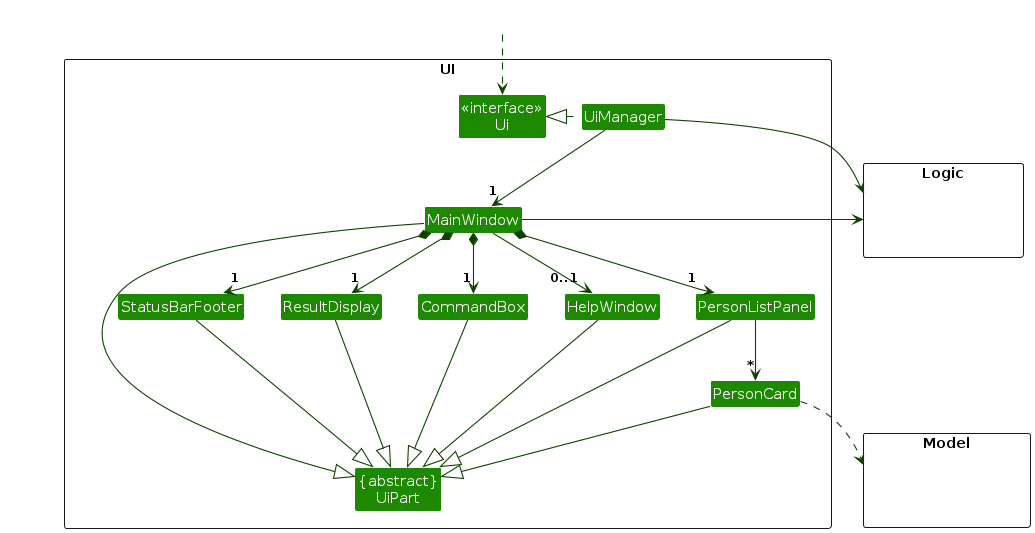
Above: diagrams/UiClassDiagram.png in AY2627S1-CS2103T-T11-4/tp (PlantUML), before the change. Its source is kept beside it as diagrams/UiClassDiagram.puml.
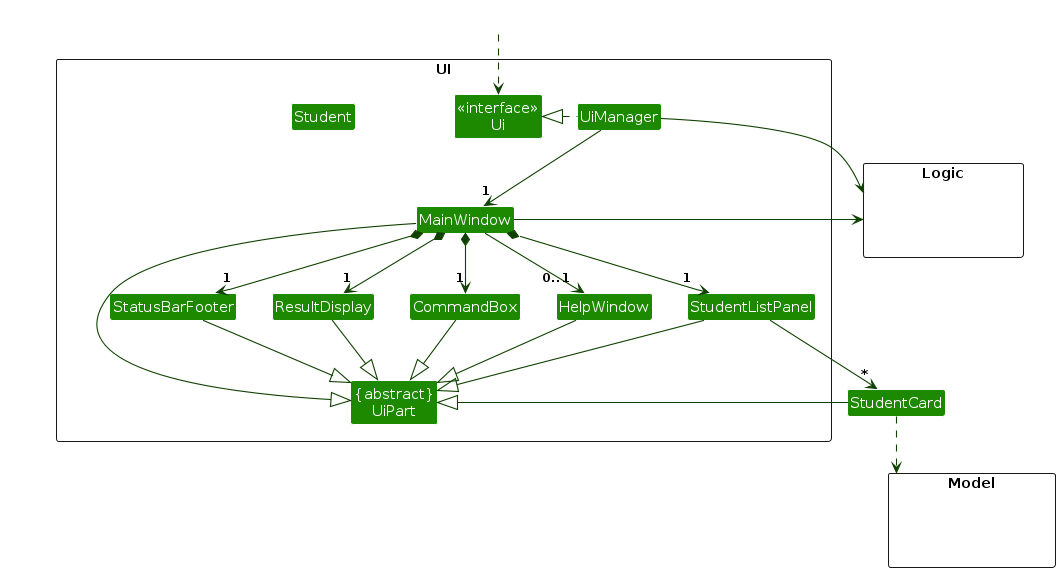
After the commit.

Change to the diagram source:
```diff
@@ -11,8 +11,8 @@
 Class MainWindow
 Class HelpWindow
 Class ResultDisplay
-Class PersonListPanel
-Class PersonCard
+Class StudentListPanel
+Class Student
 Class StatusBarFooter
 Class CommandBox
 }
@@ -32,26 +32,26 @@
 UiManager -down-> "1" MainWindow
 MainWindow *-down->  "1" CommandBox
 MainWindow *-down-> "1" ResultDisplay
-MainWindow *-down-> "1" PersonListPanel
+MainWindow *-down-> "1" StudentListPanel
 MainWindow *-down-> "1" StatusBarFooter
 MainWindow --> "0..1" HelpWindow
 
-PersonListPanel -down-> "*" PersonCard
+StudentListPanel -down-> "*" StudentCard
 
 MainWindow -left-|> UiPart
 
 ResultDisplay --|> UiPart
 CommandBox --|> UiPart
-PersonListPanel --|> UiPart
-PersonCard --|> UiPart
+StudentListPanel --|> UiPart
+StudentCard --|> UiPart
 StatusBarFooter --|> UiPart
 HelpWindow --|> UiPart
 
-PersonCard ..> Model
+StudentCard ..> Model
 UiManager -right-> Logic
 MainWindow -left-> Logic
 
-PersonListPanel -[hidden]left- HelpWindow
+StudentListPanel -[hidden]left- HelpWindow
 HelpWindow -[hidden]left- CommandBox
 CommandBox -[hidden]left- ResultDisplay
 ResultDisplay -[hidden]left- StatusBarFooter
```
